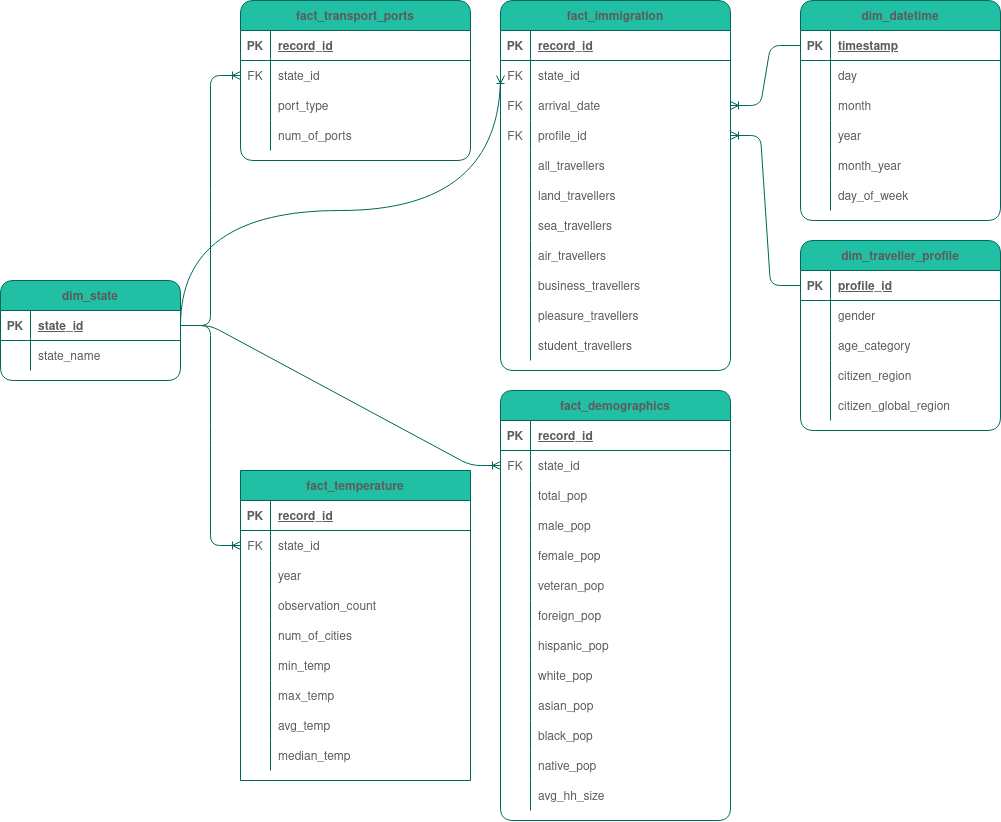
stefanjaro/data-engineering-nanodegree-capstone-project keeps this draw.io diagram as diagrams-and-visuals/DataModel.png. Above is the earlier version. Source tidied: cells renumbered, new cells last; positions are measured from the earlier drawing's top-left corner, leaving out a move shared by most shapes.
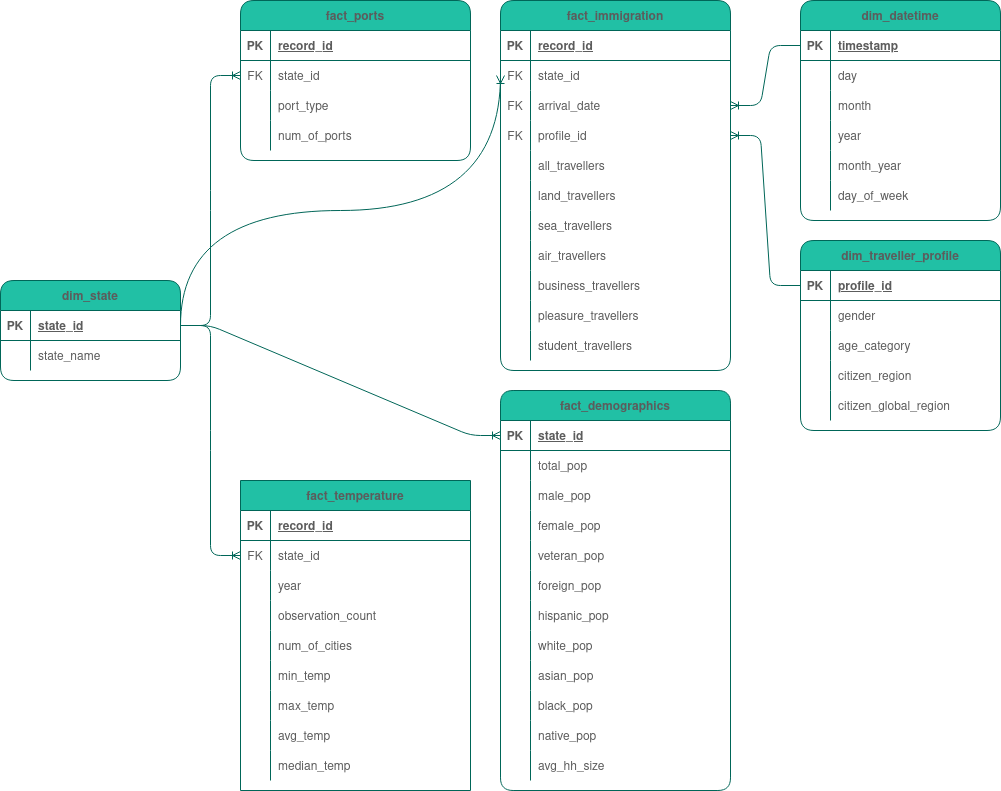
After the commit.

Diff of the diagram source:
```diff
@@ -244,7 +244,7 @@
     <mxCell id="80" style="edgeStyle=entityRelationEdgeStyle;fontSize=12;html=1;endArrow=ERoneToMany;rounded=1;exitX=0;exitY=0.5;exitDx=0;exitDy=0;entryX=1;entryY=0.5;entryDx=0;entryDy=0;strokeColor=#006658;fontColor=#5C5C5C;" parent="1" edge="1" source="62" target="17">
       <mxGeometry relative="1" as="geometry" />
     </mxCell>
-    <mxCell id="81" value="fact_transport_ports" style="shape=table;startSize=30;rowLines=0;fontStyle=1;align=center;fillColor=#21C0A5;strokeColor=#006658;fontColor=#5C5C5C;rounded=1;" parent="1" vertex="1">
+    <mxCell id="81" value="fact_ports" style="shape=table;startSize=30;rowLines=0;fontStyle=1;align=center;fillColor=#21C0A5;strokeColor=#006658;fontColor=#5C5C5C;rounded=1;" parent="1" vertex="1">
       <mxGeometry x="240" width="230" height="160" as="geometry" />
     </mxCell>
     <mxCell id="82" style="shape=tableRow;horizontal=0;startSize=0;swimlaneHead=0;swimlaneBody=0;fillColor=none;top=0;left=0;right=0;bottom=1;strokeColor=#006658;fontColor=#5C5C5C;rounded=1;" parent="81" vertex="1">
@@ -284,7 +284,7 @@
       <mxGeometry x="30" width="200" height="30" as="geometry" />
     </mxCell>
     <mxCell id="94" value="fact_demographics" style="shape=table;startSize=30;rowLines=0;fontStyle=1;align=center;fillColor=#21C0A5;strokeColor=#006658;fontColor=#5C5C5C;rounded=1;arcSize=14;" parent="1" vertex="1">
-      <mxGeometry x="500" y="390" width="230" height="430" as="geometry" />
+      <mxGeometry x="500" y="390" width="230" height="400" as="geometry" />
     </mxCell>
     <mxCell id="95" style="shape=tableRow;horizontal=0;startSize=0;swimlaneHead=0;swimlaneBody=0;fillColor=none;points=[[0,0.5],[1,0.5]];portConstraint=eastwest;top=0;left=0;right=0;bottom=1;strokeColor=#006658;fontColor=#5C5C5C;rounded=1;" parent="94" vertex="1">
       <mxGeometry y="30" width="230" height="30" as="geometry" />
@@ -292,20 +292,11 @@
     <mxCell id="96" value="PK" style="shape=partialRectangle;fillColor=none;top=0;left=0;bottom=0;right=0;fontStyle=1;overflow=hidden;strokeColor=#006658;fontColor=#5C5C5C;rounded=1;" parent="95" vertex="1">
       <mxGeometry width="30" height="30" as="geometry" />
     </mxCell>
-    <mxCell id="97" value="record_id" style="shape=partialRectangle;fillColor=none;top=0;left=0;bottom=0;right=0;align=left;spacingLeft=6;fontStyle=5;overflow=hidden;strokeColor=#006658;fontColor=#5C5C5C;rounded=1;" parent="95" vertex="1">
+    <mxCell id="97" value="state_id" style="shape=partialRectangle;fillColor=none;top=0;left=0;bottom=0;right=0;align=left;spacingLeft=6;fontStyle=5;overflow=hidden;strokeColor=#006658;fontColor=#5C5C5C;rounded=1;" parent="95" vertex="1">
       <mxGeometry x="30" width="200" height="30" as="geometry" />
     </mxCell>
-    <mxCell id="98" style="shape=tableRow;horizontal=0;startSize=0;swimlaneHead=0;swimlaneBody=0;fillColor=none;points=[[0,0.5],[1,0.5]];portConstraint=eastwest;top=0;left=0;right=0;bottom=0;strokeColor=#006658;fontColor=#5C5C5C;rounded=1;" parent="94" vertex="1">
-      <mxGeometry y="60" width="230" height="30" as="geometry" />
-    </mxCell>
-    <mxCell id="99" value="FK" style="shape=partialRectangle;fillColor=none;top=0;left=0;bottom=0;right=0;overflow=hidden;strokeColor=#006658;fontColor=#5C5C5C;rounded=1;" parent="98" vertex="1">
-      <mxGeometry width="30" height="30" as="geometry" />
-    </mxCell>
-    <mxCell id="100" value="state_id" style="shape=partialRectangle;fillColor=none;top=0;left=0;bottom=0;right=0;align=left;spacingLeft=6;overflow=hidden;strokeColor=#006658;fontColor=#5C5C5C;rounded=1;" parent="98" vertex="1">
-      <mxGeometry x="30" width="200" height="30" as="geometry" />
-    </mxCell>
     <mxCell id="101" style="shape=tableRow;horizontal=0;startSize=0;swimlaneHead=0;swimlaneBody=0;fillColor=none;top=0;left=0;right=0;bottom=0;strokeColor=#006658;fontColor=#5C5C5C;rounded=1;" parent="94" vertex="1">
-      <mxGeometry y="90" width="230" height="30" as="geometry" />
+      <mxGeometry y="60" width="230" height="30" as="geometry" />
     </mxCell>
     <mxCell id="102" style="shape=partialRectangle;fillColor=none;top=0;left=0;bottom=0;right=0;overflow=hidden;strokeColor=#006658;fontColor=#5C5C5C;rounded=1;" parent="101" vertex="1">
       <mxGeometry width="30" height="30" as="geometry" />
@@ -314,7 +305,7 @@
       <mxGeometry x="30" width="200" height="30" as="geometry" />
     </mxCell>
     <mxCell id="104" style="shape=tableRow;horizontal=0;startSize=0;swimlaneHead=0;swimlaneBody=0;fillColor=none;top=0;left=0;right=0;bottom=0;strokeColor=#006658;fontColor=#5C5C5C;rounded=1;" parent="94" vertex="1">
-      <mxGeometry y="120" width="230" height="30" as="geometry" />
+      <mxGeometry y="90" width="230" height="30" as="geometry" />
     </mxCell>
     <mxCell id="105" style="shape=partialRectangle;fillColor=none;top=0;left=0;bottom=0;right=0;overflow=hidden;strokeColor=#006658;fontColor=#5C5C5C;rounded=1;" parent="104" vertex="1">
       <mxGeometry width="30" height="30" as="geometry" />
@@ -323,7 +314,7 @@
       <mxGeometry x="30" width="200" height="30" as="geometry" />
     </mxCell>
     <mxCell id="107" style="shape=tableRow;horizontal=0;startSize=0;swimlaneHead=0;swimlaneBody=0;fillColor=none;top=0;left=0;right=0;bottom=0;strokeColor=#006658;fontColor=#5C5C5C;rounded=1;" parent="94" vertex="1">
-      <mxGeometry y="150" width="230" height="30" as="geometry" />
+      <mxGeometry y="120" width="230" height="30" as="geometry" />
     </mxCell>
     <mxCell id="108" style="shape=partialRectangle;fillColor=none;top=0;left=0;bottom=0;right=0;overflow=hidden;strokeColor=#006658;fontColor=#5C5C5C;rounded=1;" parent="107" vertex="1">
       <mxGeometry width="30" height="30" as="geometry" />
@@ -332,7 +323,7 @@
       <mxGeometry x="30" width="200" height="30" as="geometry" />
     </mxCell>
     <mxCell id="110" style="shape=tableRow;horizontal=0;startSize=0;swimlaneHead=0;swimlaneBody=0;fillColor=none;top=0;left=0;right=0;bottom=0;strokeColor=#006658;fontColor=#5C5C5C;rounded=1;" parent="94" vertex="1">
-      <mxGeometry y="180" width="230" height="30" as="geometry" />
+      <mxGeometry y="150" width="230" height="30" as="geometry" />
     </mxCell>
     <mxCell id="111" style="shape=partialRectangle;fillColor=none;top=0;left=0;bottom=0;right=0;overflow=hidden;strokeColor=#006658;fontColor=#5C5C5C;rounded=1;" parent="110" vertex="1">
       <mxGeometry width="30" height="30" as="geometry" />
@@ -341,7 +332,7 @@
       <mxGeometry x="30" width="200" height="30" as="geometry" />
     </mxCell>
     <mxCell id="113" style="shape=tableRow;horizontal=0;startSize=0;swimlaneHead=0;swimlaneBody=0;fillColor=none;top=0;left=0;right=0;bottom=0;strokeColor=#006658;fontColor=#5C5C5C;rounded=1;" parent="94" vertex="1">
-      <mxGeometry y="210" width="230" height="30" as="geometry" />
+      <mxGeometry y="180" width="230" height="30" as="geometry" />
     </mxCell>
     <mxCell id="114" style="shape=partialRectangle;fillColor=none;top=0;left=0;bottom=0;right=0;overflow=hidden;strokeColor=#006658;fontColor=#5C5C5C;rounded=1;" parent="113" vertex="1">
       <mxGeometry width="30" height="30" as="geometry" />
@@ -350,7 +341,7 @@
       <mxGeometry x="30" width="200" height="30" as="geometry" />
     </mxCell>
     <mxCell id="116" style="shape=tableRow;horizontal=0;startSize=0;swimlaneHead=0;swimlaneBody=0;fillColor=none;top=0;left=0;right=0;bottom=0;strokeColor=#006658;fontColor=#5C5C5C;rounded=1;" parent="94" vertex="1">
-      <mxGeometry y="240" width="230" height="30" as="geometry" />
+      <mxGeometry y="210" width="230" height="30" as="geometry" />
     </mxCell>
     <mxCell id="117" style="shape=partialRectangle;fillColor=none;top=0;left=0;bottom=0;right=0;overflow=hidden;strokeColor=#006658;fontColor=#5C5C5C;rounded=1;" parent="116" vertex="1">
       <mxGeometry width="30" height="30" as="geometry" />
@@ -359,7 +350,7 @@
       <mxGeometry x="30" width="200" height="30" as="geometry" />
     </mxCell>
     <mxCell id="119" style="shape=tableRow;horizontal=0;startSize=0;swimlaneHead=0;swimlaneBody=0;fillColor=none;top=0;left=0;right=0;bottom=0;strokeColor=#006658;fontColor=#5C5C5C;rounded=1;" parent="94" vertex="1">
-      <mxGeometry y="270" width="230" height="30" as="geometry" />
+      <mxGeometry y="240" width="230" height="30" as="geometry" />
     </mxCell>
     <mxCell id="120" style="shape=partialRectangle;fillColor=none;top=0;left=0;bottom=0;right=0;overflow=hidden;strokeColor=#006658;fontColor=#5C5C5C;rounded=1;" parent="119" vertex="1">
       <mxGeometry width="30" height="30" as="geometry" />
@@ -368,7 +359,7 @@
       <mxGeometry x="30" width="200" height="30" as="geometry" />
     </mxCell>
     <mxCell id="122" style="shape=tableRow;horizontal=0;startSize=0;swimlaneHead=0;swimlaneBody=0;fillColor=none;top=0;left=0;right=0;bottom=0;strokeColor=#006658;fontColor=#5C5C5C;rounded=1;" parent="94" vertex="1">
-      <mxGeometry y="300" width="230" height="30" as="geometry" />
+      <mxGeometry y="270" width="230" height="30" as="geometry" />
     </mxCell>
     <mxCell id="123" style="shape=partialRectangle;fillColor=none;top=0;left=0;bottom=0;right=0;overflow=hidden;strokeColor=#006658;fontColor=#5C5C5C;rounded=1;" parent="122" vertex="1">
       <mxGeometry width="30" height="30" as="geometry" />
@@ -377,7 +368,7 @@
       <mxGeometry x="30" width="200" height="30" as="geometry" />
     </mxCell>
     <mxCell id="125" style="shape=tableRow;horizontal=0;startSize=0;swimlaneHead=0;swimlaneBody=0;fillColor=none;top=0;left=0;right=0;bottom=0;strokeColor=#006658;fontColor=#5C5C5C;rounded=1;" parent="94" vertex="1">
-      <mxGeometry y="330" width="230" height="30" as="geometry" />
+      <mxGeometry y="300" width="230" height="30" as="geometry" />
     </mxCell>
     <mxCell id="126" style="shape=partialRectangle;fillColor=none;top=0;left=0;bottom=0;right=0;overflow=hidden;strokeColor=#006658;fontColor=#5C5C5C;rounded=1;" parent="125" vertex="1">
       <mxGeometry width="30" height="30" as="geometry" />
@@ -386,7 +377,7 @@
       <mxGeometry x="30" width="200" height="30" as="geometry" />
     </mxCell>
     <mxCell id="128" style="shape=tableRow;horizontal=0;startSize=0;swimlaneHead=0;swimlaneBody=0;fillColor=none;top=0;left=0;right=0;bottom=0;strokeColor=#006658;fontColor=#5C5C5C;rounded=1;" parent="94" vertex="1">
-      <mxGeometry y="360" width="230" height="30" as="geometry" />
+      <mxGeometry y="330" width="230" height="30" as="geometry" />
     </mxCell>
     <mxCell id="129" style="shape=partialRectangle;fillColor=none;top=0;left=0;bottom=0;right=0;overflow=hidden;strokeColor=#006658;fontColor=#5C5C5C;rounded=1;" parent="128" vertex="1">
       <mxGeometry width="30" height="30" as="geometry" />
@@ -395,7 +386,7 @@
       <mxGeometry x="30" width="200" height="30" as="geometry" />
     </mxCell>
     <mxCell id="131" style="shape=tableRow;horizontal=0;startSize=0;swimlaneHead=0;swimlaneBody=0;fillColor=none;top=0;left=0;right=0;bottom=0;strokeColor=#006658;fontColor=#5C5C5C;rounded=1;" parent="94" vertex="1">
-      <mxGeometry y="390" width="230" height="30" as="geometry" />
+      <mxGeometry y="360" width="230" height="30" as="geometry" />
     </mxCell>
     <mxCell id="132" style="shape=partialRectangle;fillColor=none;top=0;left=0;bottom=0;right=0;overflow=hidden;strokeColor=#006658;fontColor=#5C5C5C;rounded=1;" parent="131" vertex="1">
       <mxGeometry width="30" height="30" as="geometry" />
@@ -404,7 +395,7 @@
       <mxGeometry x="30" width="200" height="30" as="geometry" />
     </mxCell>
     <mxCell id="134" value="fact_temperature" style="shape=table;startSize=30;rowLines=0;fontStyle=1;align=center;fillColor=#21C0A5;strokeColor=#006658;fontColor=#5C5C5C;rounded=1;arcSize=0;" parent="1" vertex="1">
-      <mxGeometry x="240" y="470" width="230" height="310" as="geometry" />
+      <mxGeometry x="240" y="480" width="230" height="310" as="geometry" />
     </mxCell>
     <mxCell id="135" style="shape=tableRow;horizontal=0;startSize=0;swimlaneHead=0;swimlaneBody=0;fillColor=none;top=0;left=0;right=0;bottom=1;strokeColor=#006658;fontColor=#5C5C5C;rounded=1;" parent="134" vertex="1">
       <mxGeometry y="30" width="230" height="30" as="geometry" />
@@ -490,7 +481,7 @@
     <mxCell id="162" style="edgeStyle=entityRelationEdgeStyle;fontSize=12;html=1;endArrow=ERoneToMany;rounded=1;exitX=1;exitY=0.5;exitDx=0;exitDy=0;strokeColor=#006658;fontColor=#5C5C5C;entryX=0;entryY=0.5;entryDx=0;entryDy=0;" parent="1" edge="1" source="3" target="85">
       <mxGeometry relative="1" as="geometry" />
     </mxCell>
-    <mxCell id="163" style="edgeStyle=entityRelationEdgeStyle;fontSize=12;html=1;endArrow=ERoneToMany;rounded=1;exitX=1;exitY=0.5;exitDx=0;exitDy=0;strokeColor=#006658;fontColor=#5C5C5C;entryX=0;entryY=0.5;entryDx=0;entryDy=0;" parent="1" edge="1" source="3" target="98">
+    <mxCell id="163" style="edgeStyle=entityRelationEdgeStyle;fontSize=12;html=1;endArrow=ERoneToMany;rounded=1;exitX=1;exitY=0.5;exitDx=0;exitDy=0;strokeColor=#006658;fontColor=#5C5C5C;entryX=0;entryY=0.5;entryDx=0;entryDy=0;" parent="1" edge="1" source="3" target="95">
       <mxGeometry relative="1" as="geometry" />
     </mxCell>
     <mxCell id="164" style="edgeStyle=entityRelationEdgeStyle;fontSize=12;html=1;endArrow=ERoneToMany;rounded=1;exitX=1;exitY=0.5;exitDx=0;exitDy=0;strokeColor=#006658;fontColor=#5C5C5C;entryX=0;entryY=0.5;entryDx=0;entryDy=0;" parent="1" edge="1" source="3" target="138">
```
